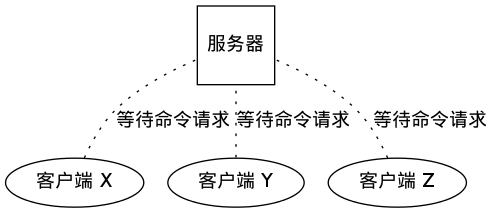
Before: internal/image/event-waiting-for-read.png, a diagram exported from Graphviz (huangzworks/redisbook). Its source is kept beside it as internal/image/event-waiting-for-read.dot. The source it was exported from:
```dot
digraph e
{
    rankdir = BT;

    server [label = "服务器", shape=square];

    cx [label = "客户端 X"];

    cy [label = "客户端 Y"];

    cz [label = "客户端 Z"];

    cx -> server [dir=none, style=dotted, label="等待命令请求"];
    cy -> server [dir=none, style=dotted, label="等待命令请求"];
    cz -> server [dir=none, style=dotted, label="等待命令请求"];
}
```
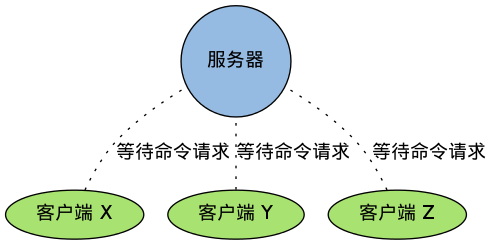
Above is the later version.

Diff of the diagram source:
```diff
@@ -1,14 +1,19 @@
 digraph e
 {
+
+    node [style = filled];
+
+    edge [style = "dotted, bold"];
+
     rankdir = BT;
 
-    server [label = "服务器", shape=square];
+    server [label = "服务器", shape=circle, fillcolor = "#95BBE3"];
 
-    cx [label = "客户端 X"];
+    cx [label = "客户端 X", fillcolor = "#A8E270"];
 
-    cy [label = "客户端 Y"];
+    cy [label = "客户端 Y", fillcolor = "#A8E270"];
 
-    cz [label = "客户端 Z"];
+    cz [label = "客户端 Z", fillcolor = "#A8E270"];
 
     cx -> server [dir=none, style=dotted, label="等待命令请求"];
     cy -> server [dir=none, style=dotted, label="等待命令请求"];
```
